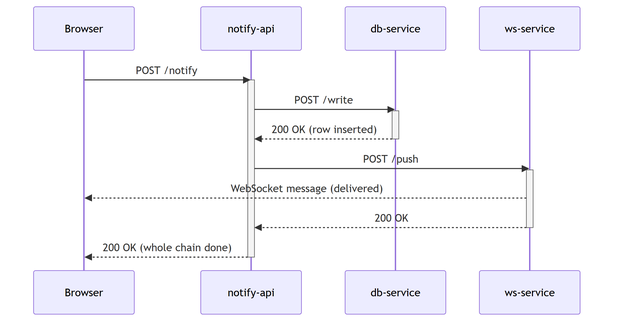
This is diagrams/notification-pipeline/01-microservices-flow.png from Zafaranii/Kafka-Session, a Mermaid export, as it was before one commit. Its source is kept beside it as diagrams/notification-pipeline/01-microservices-flow.mmd.
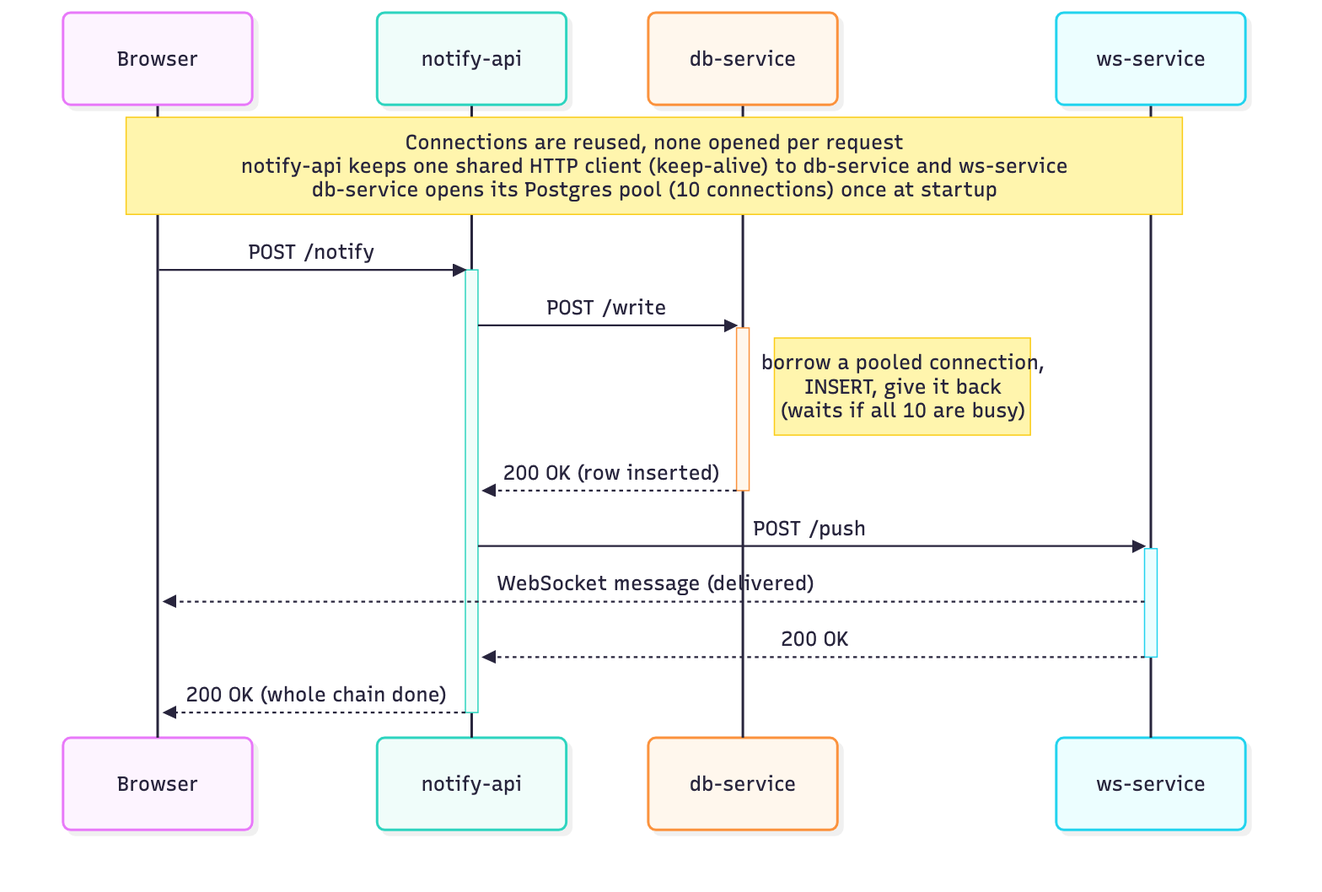
After the change.

Change to the diagram source:
```diff
@@ -4,10 +4,13 @@
     participant DB as db-service
     participant WS as ws-service
 
+    Note over B,WS: Connections are reused, none opened per request<br/>notify-api keeps one shared HTTP client (keep-alive) to db-service and ws-service<br/>db-service opens its Postgres pool (10 connections) once at startup
+
     B->>NA: POST /notify
     activate NA
     NA->>DB: POST /write
     activate DB
+    Note right of DB: borrow a pooled connection,<br/>INSERT, give it back<br/>(waits if all 10 are busy)
     DB-->>NA: 200 OK (row inserted)
     deactivate DB
     NA->>WS: POST /push
```
